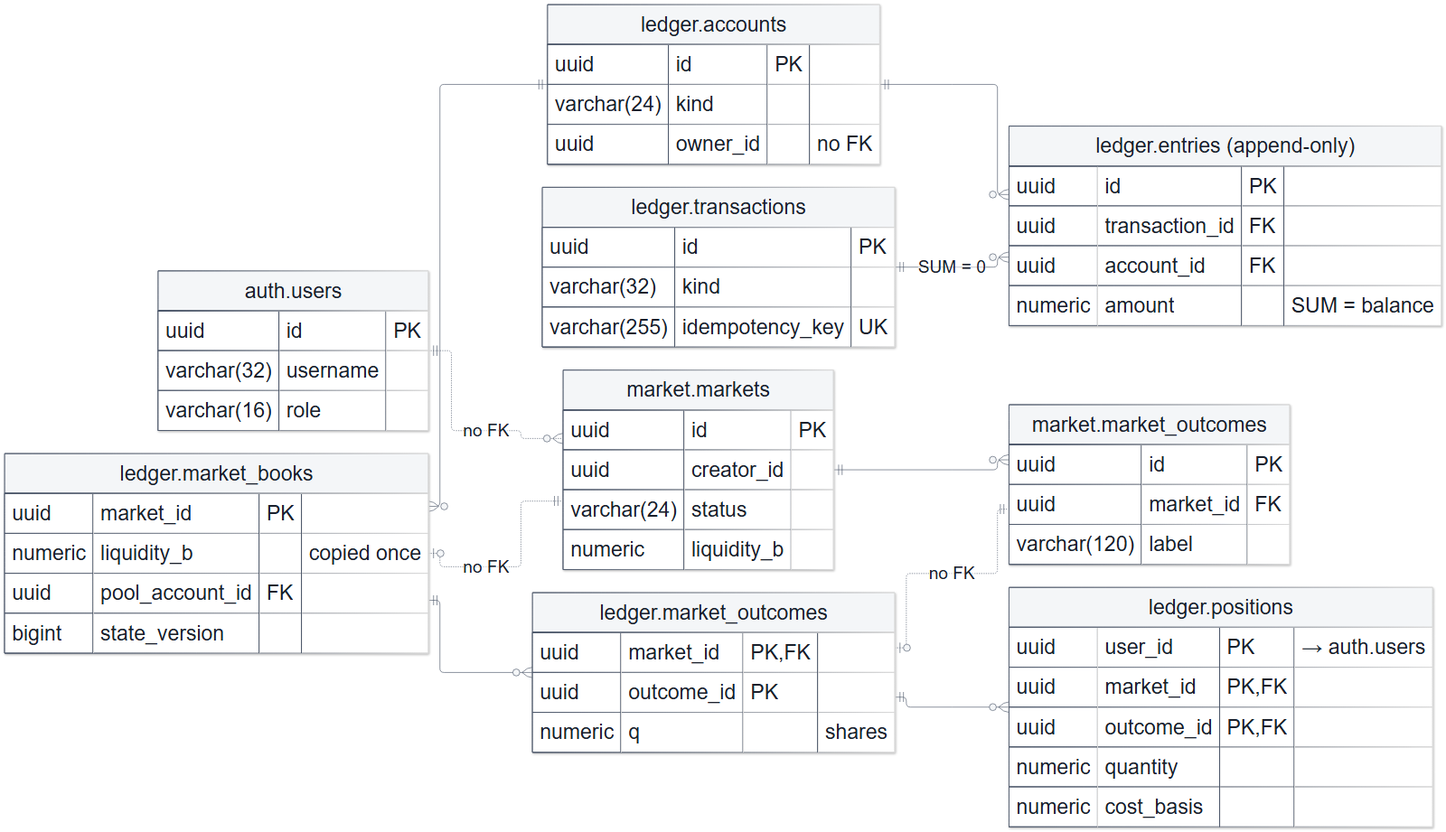
Above: docs/diagrams/rendered/13-erd-simplified.png in decker757/CS464 (Mermaid), before the change. Its source is kept beside it as docs/diagrams/13-erd-simplified.mmd.
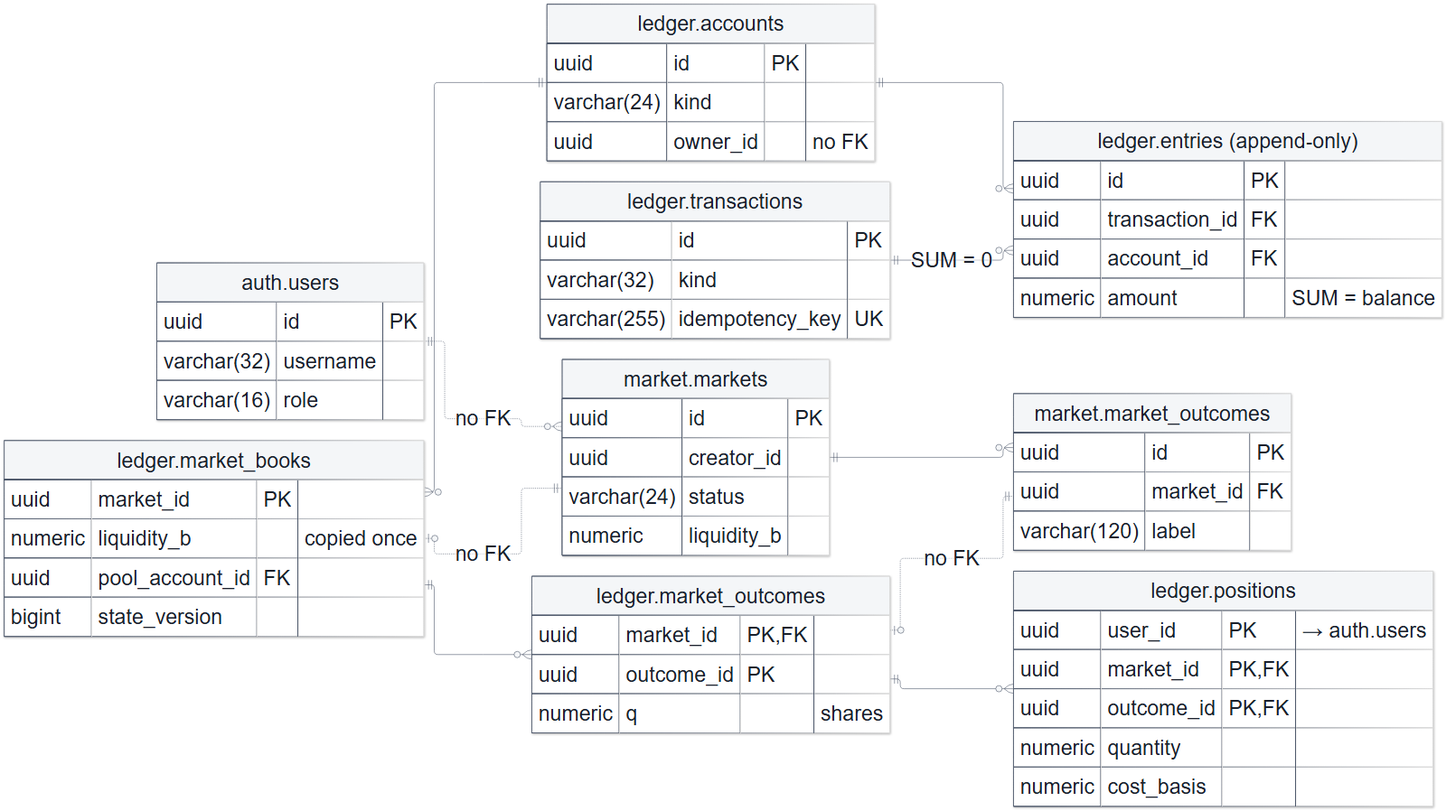
The same diagram one commit later.

Commit message:
fix(diagrams): 13's relationship labels print at 6.5 pt too, and 15 says the width it is drawn at

Change to the diagram source:
```diff
@@ -1,4 +1,4 @@
-%%{init: {"elk": {"layeringStrategy": "DF_MODEL_ORDER"}, "themeVariables": {"fontSize": "36px"}, "themeCSS": ".edgeLabel .label, .edgeLabel p, .edgeLabel span { font-size: 30px !important; }"}}%%
+%%{init: {"elk": {"layeringStrategy": "DF_MODEL_ORDER"}, "themeVariables": {"fontSize": "40px"}, "themeCSS": ".edgeLabel .label, .edgeLabel p, .edgeLabel span { font-size: 40px !important; }"}}%%
 erDiagram
     direction LR
 
```
